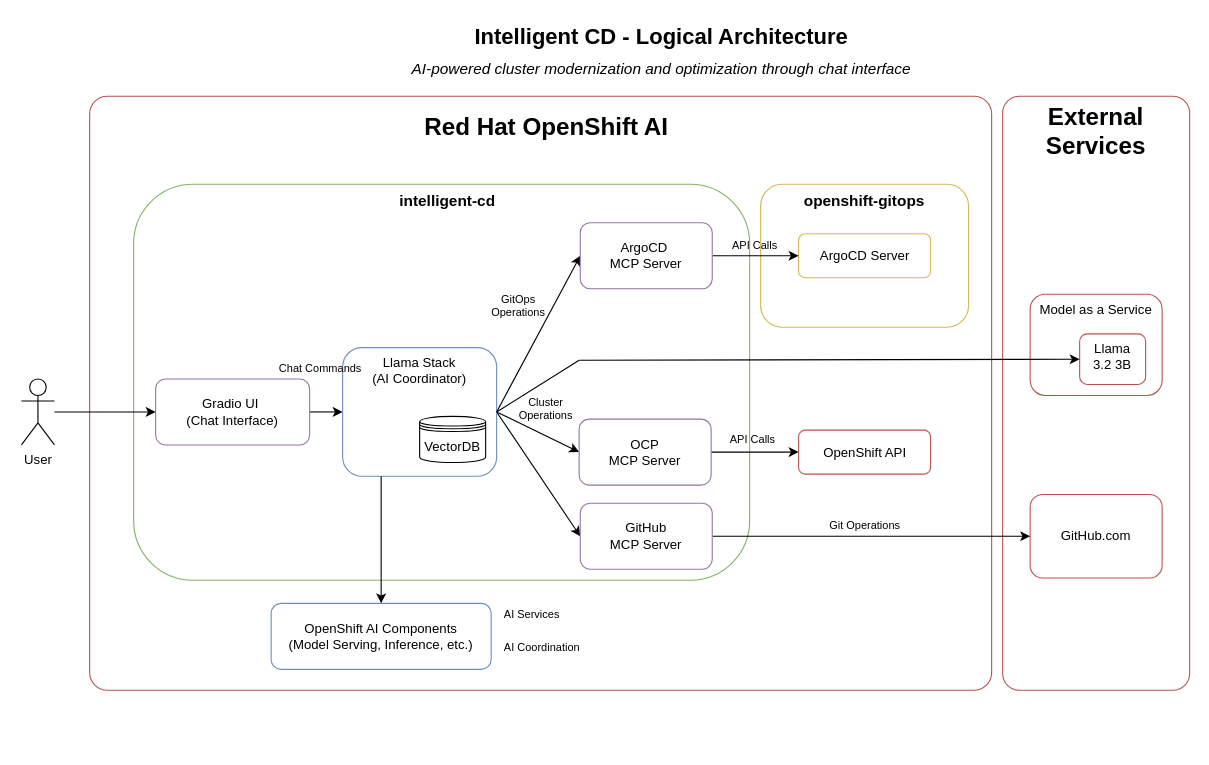
Above: architecture.drawio in alvarolop/intelligent-cd (draw.io), before the change. Source tidied: cells renumbered, new cells numbered last; positions are measured from the earlier drawing's top-left corner, leaving out a move shared by most shapes. Both pictures are drawn from the tidied source at 110%, with x=0, y=0 at pixel (21, 19).
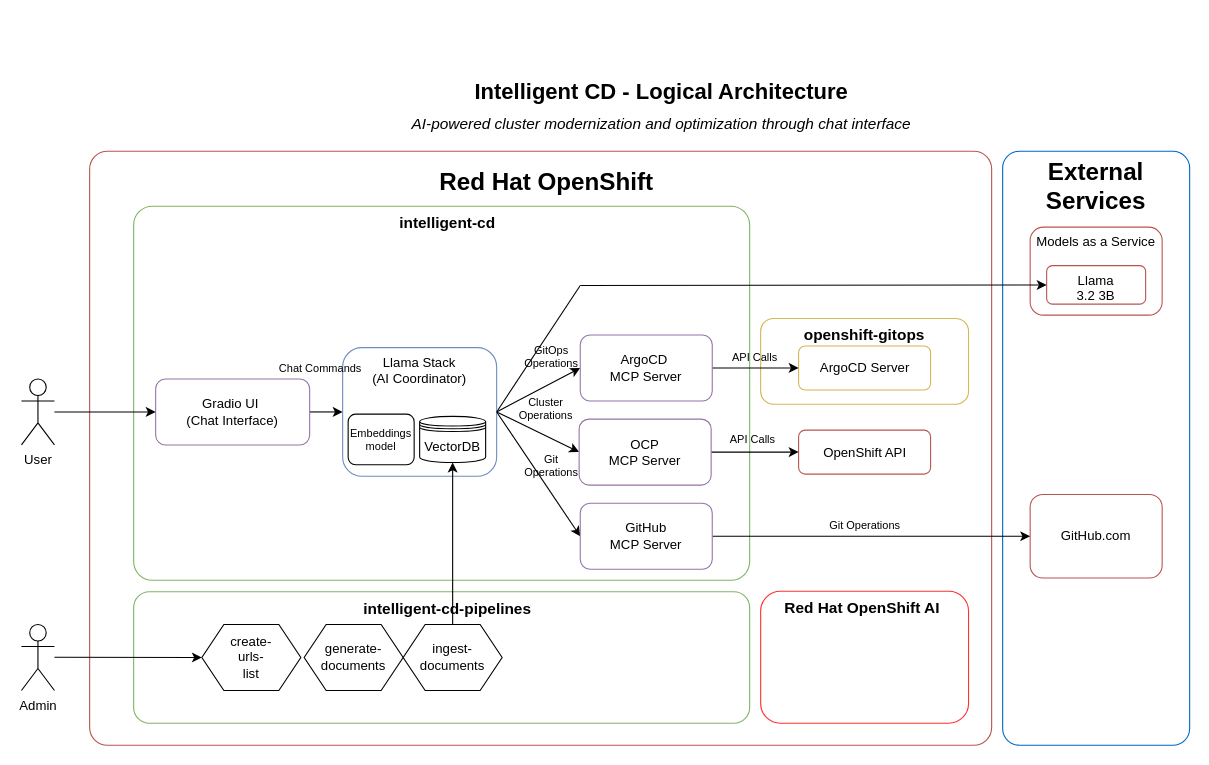
The same page after the edit.

Commit message (it also covers changes not shown here):
🦺 Update arch diagram

Unchanged cells that the change refers to:
```xml
<mxCell id="10" value="Llama Stack&#10;(AI Coordinator)" style="rounded=1;whiteSpace=wrap;html=1;fillColor=none;strokeColor=#6c8ebf;fontSize=12;verticalAlign=top;" parent="1" vertex="1">
  <mxGeometry x="292" y="298.5" width="140" height="117" as="geometry" />
</mxCell>
<mxCell id="35" value="VectorDB" style="shape=datastore;whiteSpace=wrap;html=1;" parent="1" vertex="1">
  <mxGeometry x="362" y="361" width="60" height="42" as="geometry" />
</mxCell>
```

The edit, as a diff of the source:
```diff
@@
-    <mxCell id="2" value="Red Hat OpenShift AI" style="rounded=1;whiteSpace=wrap;html=1;fillColor=#ffffff;strokeColor=#b85450;fontSize=22;fontStyle=1;align=center;verticalAlign=top;spacingLeft=11;spacingTop=9;arcSize=3;" parent="1" vertex="1">
-      <mxGeometry x="62" y="70" width="820" height="540" as="geometry" />
+    <mxCell id="2" value="Red Hat OpenShift" style="rounded=1;whiteSpace=wrap;html=1;fillColor=#ffffff;strokeColor=#b85450;fontSize=22;fontStyle=1;align=center;verticalAlign=top;spacingLeft=11;spacingTop=9;arcSize=3;" parent="1" vertex="1">
+      <mxGeometry x="62" y="120" width="820" height="540" as="geometry" />
     </mxCell>
-    <mxCell id="3" value="intelligent-cd" style="rounded=1;whiteSpace=wrap;html=1;fillColor=#ffffff;strokeColor=#82b366;fontSize=14;fontStyle=1;align=center;verticalAlign=top;spacingLeft=11;" parent="1" vertex="1">
-      <mxGeometry x="102" y="150" width="560" height="360" as="geometry" />
+    <mxCell id="3" value="intelligent-cd" style="rounded=1;whiteSpace=wrap;html=1;fillColor=#ffffff;strokeColor=#82b366;fontSize=14;fontStyle=1;align=center;verticalAlign=top;spacingLeft=11;arcSize=5;" parent="1" vertex="1">
+      <mxGeometry x="102" y="170" width="560" height="340" as="geometry" />
     </mxCell>
     <mxCell id="4" value="openshift-gitops" style="rounded=1;whiteSpace=wrap;html=1;fillColor=#ffffff;strokeColor=#d6b656;fontSize=14;fontStyle=1;verticalAlign=top;" parent="1" vertex="1">
-      <mxGeometry x="672" y="150" width="189" height="130" as="geometry" />
+      <mxGeometry x="672" y="272" width="189" height="78" as="geometry" />
     </mxCell>
-    <mxCell id="5" value="External Services" style="rounded=1;whiteSpace=wrap;html=1;fillColor=#ffffff;strokeColor=#b85450;fontSize=22;fontStyle=1;arcSize=9;verticalAlign=top;" parent="1" vertex="1">
-      <mxGeometry x="892" y="70" width="170" height="540" as="geometry" />
+    <mxCell id="5" value="External Services" style="rounded=1;whiteSpace=wrap;html=1;fillColor=#ffffff;strokeColor=#0066CC;fontSize=22;fontStyle=1;arcSize=9;verticalAlign=top;" parent="1" vertex="1">
+      <mxGeometry x="892" y="120" width="170" height="540" as="geometry" />
     </mxCell>
@@
-    <mxCell id="11" value="OpenShift AI Components&#10;(Model Serving, Inference, etc.)" style="rounded=1;whiteSpace=wrap;html=1;fillColor=#ffffff;strokeColor=#6c8ebf;fontSize=12;" parent="1" vertex="1">
-      <mxGeometry x="227" y="531" width="200" height="60" as="geometry" />
-    </mxCell>
     <mxCell id="12" value="ArgoCD Server" style="rounded=1;whiteSpace=wrap;html=1;fillColor=#ffffff;strokeColor=#d6b656;fontSize=12;" parent="1" vertex="1">
-      <mxGeometry x="706.5" y="195" width="120" height="40" as="geometry" />
+      <mxGeometry x="706.5" y="297" width="120" height="40" as="geometry" />
     </mxCell>
@@
-    <mxCell id="18" style="endArrow=classic;html=1;rounded=0;exitX=0.25;exitY=1;exitDx=0;exitDy=0;entryX=0.5;entryY=0;entryDx=0;entryDy=0;" parent="1" edge="1" source="10" target="11">
-      <mxGeometry relative="1" as="geometry" />
-    </mxCell>
@@
-    <mxCell id="20" value="AI Coordination" style="text;html=1;strokeColor=none;fillColor=none;align=left;verticalAlign=middle;whiteSpace=wrap;rounded=0;fontSize=10;" parent="1" vertex="1">
-      <mxGeometry x="437" y="561" width="80" height="20" as="geometry" />
-    </mxCell>
@@
     <mxCell id="22" value="GitOps Operations" style="text;html=1;strokeColor=none;fillColor=none;align=center;verticalAlign=middle;whiteSpace=wrap;rounded=0;fontSize=10;" parent="1" vertex="1">
-      <mxGeometry x="412" y="250" width="80" height="20" as="geometry" />
+      <mxGeometry x="442" y="297" width="80" height="20" as="geometry" />
     </mxCell>
@@
-    <mxCell id="25" value="AI Services" style="text;html=1;strokeColor=none;fillColor=none;align=left;verticalAlign=middle;whiteSpace=wrap;rounded=0;fontSize=10;" parent="1" vertex="1">
-      <mxGeometry x="437" y="531" width="80" height="20" as="geometry" />
-    </mxCell>
     <mxCell id="26" value="Intelligent CD - Logical Architecture" style="text;html=1;strokeColor=none;fillColor=none;align=center;verticalAlign=middle;whiteSpace=wrap;rounded=0;fontSize=20;fontStyle=1;" parent="1" vertex="1">
-      <mxGeometry x="382" width="400" height="30" as="geometry" />
+      <mxGeometry x="382" y="50" width="400" height="30" as="geometry" />
     </mxCell>
     <mxCell id="27" value="AI-powered cluster modernization and optimization through chat interface" style="text;html=1;strokeColor=none;fillColor=none;align=center;verticalAlign=middle;whiteSpace=wrap;rounded=0;fontSize=14;fontStyle=2;" parent="1" vertex="1">
-      <mxGeometry x="282" y="30" width="600" height="30" as="geometry" />
+      <mxGeometry x="282" y="80" width="600" height="30" as="geometry" />
     </mxCell>
@@
     <mxCell id="29" value="&lt;span style=&quot;color: rgb(0, 0, 0);&quot;&gt;ArgoCD&amp;nbsp;&lt;/span&gt;&lt;div&gt;&lt;span style=&quot;color: rgb(0, 0, 0);&quot;&gt;MCP Server&lt;/span&gt;&lt;/div&gt;" style="rounded=1;whiteSpace=wrap;html=1;fillColor=#ffffff;strokeColor=#9673a6;fontSize=12;" parent="1" vertex="1">
-      <mxGeometry x="508" y="185" width="120" height="60" as="geometry" />
+      <mxGeometry x="508" y="287" width="120" height="60" as="geometry" />
     </mxCell>
     <mxCell id="30" style="rounded=1;whiteSpace=wrap;html=1;fillColor=#ffffff;strokeColor=none;fontSize=12;" parent="1" vertex="1">
-      <mxGeometry x="507" y="280" width="120" height="60" as="geometry" />
+      <mxGeometry x="508" y="212" width="120" height="60" as="geometry" />
     </mxCell>
     <mxCell id="31" value="API Calls" style="text;html=1;strokeColor=none;fillColor=none;align=center;verticalAlign=middle;whiteSpace=wrap;rounded=0;fontSize=10;" parent="1" vertex="1">
-      <mxGeometry x="626.5" y="195" width="80" height="20" as="geometry" />
+      <mxGeometry x="626.5" y="297" width="80" height="20" as="geometry" />
     </mxCell>
@@
-    <mxCell id="38" value="&lt;div style=&quot;&quot;&gt;&lt;span style=&quot;background-color: transparent;&quot;&gt;Model as a Service&lt;/span&gt;&lt;/div&gt;" style="rounded=1;whiteSpace=wrap;html=1;fillColor=#ffffff;strokeColor=#b85450;fontSize=12;align=center;verticalAlign=top;" parent="1" vertex="1">
-      <mxGeometry x="917" y="250" width="120" height="92" as="geometry" />
+    <mxCell id="38" value="&lt;div style=&quot;&quot;&gt;&lt;span style=&quot;background-color: transparent;&quot;&gt;Models as a Service&lt;/span&gt;&lt;/div&gt;" style="rounded=1;whiteSpace=wrap;html=1;fillColor=#ffffff;strokeColor=#b85450;fontSize=12;align=center;verticalAlign=top;" parent="1" vertex="1">
+      <mxGeometry x="917" y="189" width="120" height="80" as="geometry" />
     </mxCell>
     <mxCell id="39" value="&lt;div style=&quot;&quot;&gt;&lt;span style=&quot;background-color: transparent;&quot;&gt;Llama&lt;/span&gt;&lt;/div&gt;&lt;div style=&quot;&quot;&gt;&lt;span style=&quot;background-color: transparent;&quot;&gt;3.2 3B&lt;/span&gt;&lt;/div&gt;" style="rounded=1;whiteSpace=wrap;html=1;fillColor=#ffffff;strokeColor=#b85450;fontSize=12;align=center;verticalAlign=top;" parent="1" vertex="1">
-      <mxGeometry x="962" y="286" width="60" height="46" as="geometry" />
+      <mxGeometry x="932" y="224" width="90" height="35" as="geometry" />
     </mxCell>
@@
+    <mxCell id="41" value="Admin" style="shape=umlActor;verticalLabelPosition=bottom;verticalAlign=top;html=1;" parent="1" vertex="1">
+      <mxGeometry y="550.2" width="30" height="60" as="geometry" />
+    </mxCell>
+    <mxCell id="42" value="&lt;span style=&quot;color: rgb(0, 0, 0);&quot;&gt;Red Hat OpenShift AI&amp;nbsp;&lt;/span&gt;" style="rounded=1;whiteSpace=wrap;html=1;fillColor=none;strokeColor=#FF3333;fontSize=14;fontStyle=1;verticalAlign=top;" parent="1" vertex="1">
+      <mxGeometry x="672" y="520" width="189" height="120" as="geometry" />
+    </mxCell>
+    <mxCell id="43" value="intelligent-cd-pipelines" style="rounded=1;whiteSpace=wrap;html=1;fillColor=#ffffff;strokeColor=#82b366;fontSize=14;fontStyle=1;align=center;verticalAlign=top;spacingLeft=11;arcSize=12;" parent="1" vertex="1">
+      <mxGeometry x="102" y="520.5" width="560" height="119.5" as="geometry" />
+    </mxCell>
+    <mxCell id="44" style="edgeStyle=none;html=1;entryX=0;entryY=0.5;entryDx=0;entryDy=0;" parent="1" edge="1" target="46">
+      <mxGeometry relative="1" as="geometry">
+        <mxPoint x="30" y="580" as="sourcePoint" />
+      </mxGeometry>
+    </mxCell>
+    <mxCell id="45" style="edgeStyle=none;html=1;exitX=0.5;exitY=0;exitDx=0;exitDy=0;entryX=0.5;entryY=1;entryDx=0;entryDy=0;" parent="1" edge="1" source="48" target="35">
+      <mxGeometry relative="1" as="geometry" />
+    </mxCell>
+    <mxCell id="46" value="create-&lt;div&gt;urls-&lt;/div&gt;&lt;div&gt;list&lt;/div&gt;" style="shape=hexagon;perimeter=hexagonPerimeter2;whiteSpace=wrap;html=1;fixedSize=1;" parent="1" vertex="1">
+      <mxGeometry x="164" y="550.2" width="90" height="60" as="geometry" />
+    </mxCell>
+    <mxCell id="47" value="generate-&lt;div&gt;documents&lt;/div&gt;" style="shape=hexagon;perimeter=hexagonPerimeter2;whiteSpace=wrap;html=1;fixedSize=1;" parent="1" vertex="1">
+      <mxGeometry x="257" y="550.2" width="90" height="60" as="geometry" />
+    </mxCell>
+    <mxCell id="48" value="ingest-&lt;div&gt;documents&lt;/div&gt;" style="shape=hexagon;perimeter=hexagonPerimeter2;whiteSpace=wrap;html=1;fixedSize=1;" parent="1" vertex="1">
+      <mxGeometry x="347" y="550.2" width="90" height="60" as="geometry" />
+    </mxCell>
+    <mxCell id="49" value="&lt;div&gt;Embeddings&lt;/div&gt;&lt;div&gt;model&lt;/div&gt;" style="rounded=1;whiteSpace=wrap;html=1;fillColor=#ffffff;strokeColor=#000000;fontSize=10;align=center;verticalAlign=middle;" parent="1" vertex="1">
+      <mxGeometry x="297" y="359" width="60" height="46" as="geometry" />
+    </mxCell>
+    <mxCell id="50" value="Git&lt;div&gt;Operations&lt;/div&gt;" style="text;html=1;strokeColor=none;fillColor=none;align=center;verticalAlign=middle;whiteSpace=wrap;rounded=0;fontSize=10;" parent="1" vertex="1">
+      <mxGeometry x="442" y="395.5" width="80" height="20" as="geometry" />
+    </mxCell>
```
